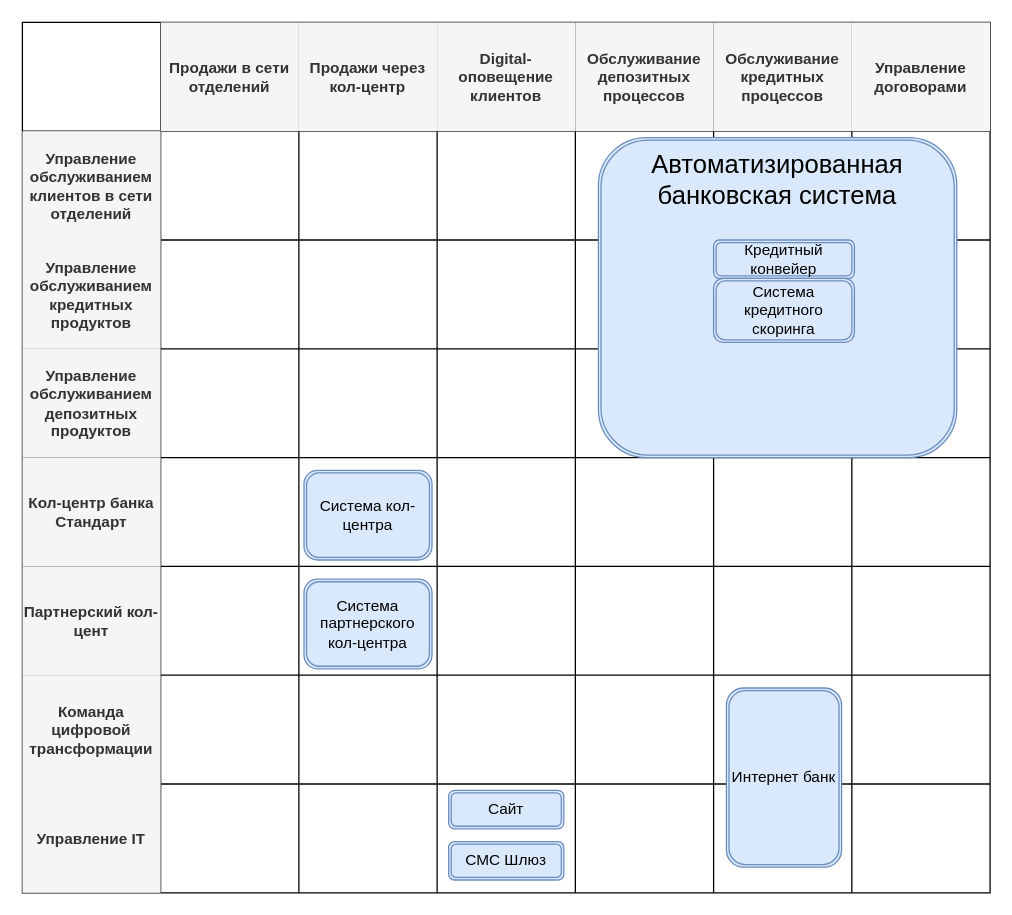
Before: page "IT Landdscape map" (1 of 2) of Task1/diagrams.drawio in vladimir-kulgun/architecture-pro-standart, a draw.io diagram. Source tidied: cells renumbered, new cells numbered last; positions are measured from the earlier drawing's top-left corner, leaving out a move shared by most shapes. Both pictures are drawn from the tidied source at 128%, with x=0, y=0 at pixel (22, 22).
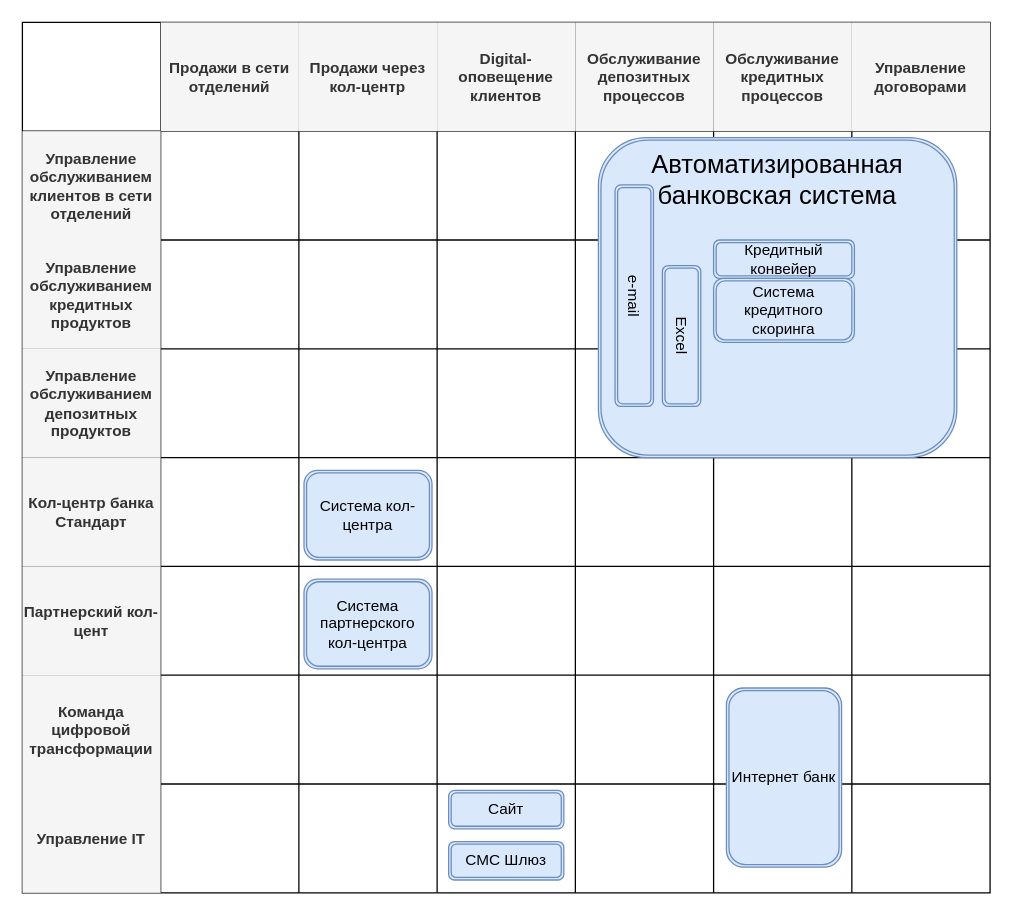
After the change.

What changed in the source:
```diff
@@
+    <mxCell id="75" value="e-mail" style="shape=ext;double=1;rounded=1;whiteSpace=wrap;html=1;fillColor=#dae8fc;strokeColor=#6c8ebf;rotation=90;" parent="1" vertex="1">
+      <mxGeometry x="391.5" y="198.5" width="173" height="30" as="geometry" />
+    </mxCell>
+    <mxCell id="76" value="Excel" style="shape=ext;double=1;rounded=1;whiteSpace=wrap;html=1;fillColor=#dae8fc;strokeColor=#6c8ebf;rotation=90;" parent="1" vertex="1">
+      <mxGeometry x="460" y="230" width="110" height="30" as="geometry" />
+    </mxCell>
```
